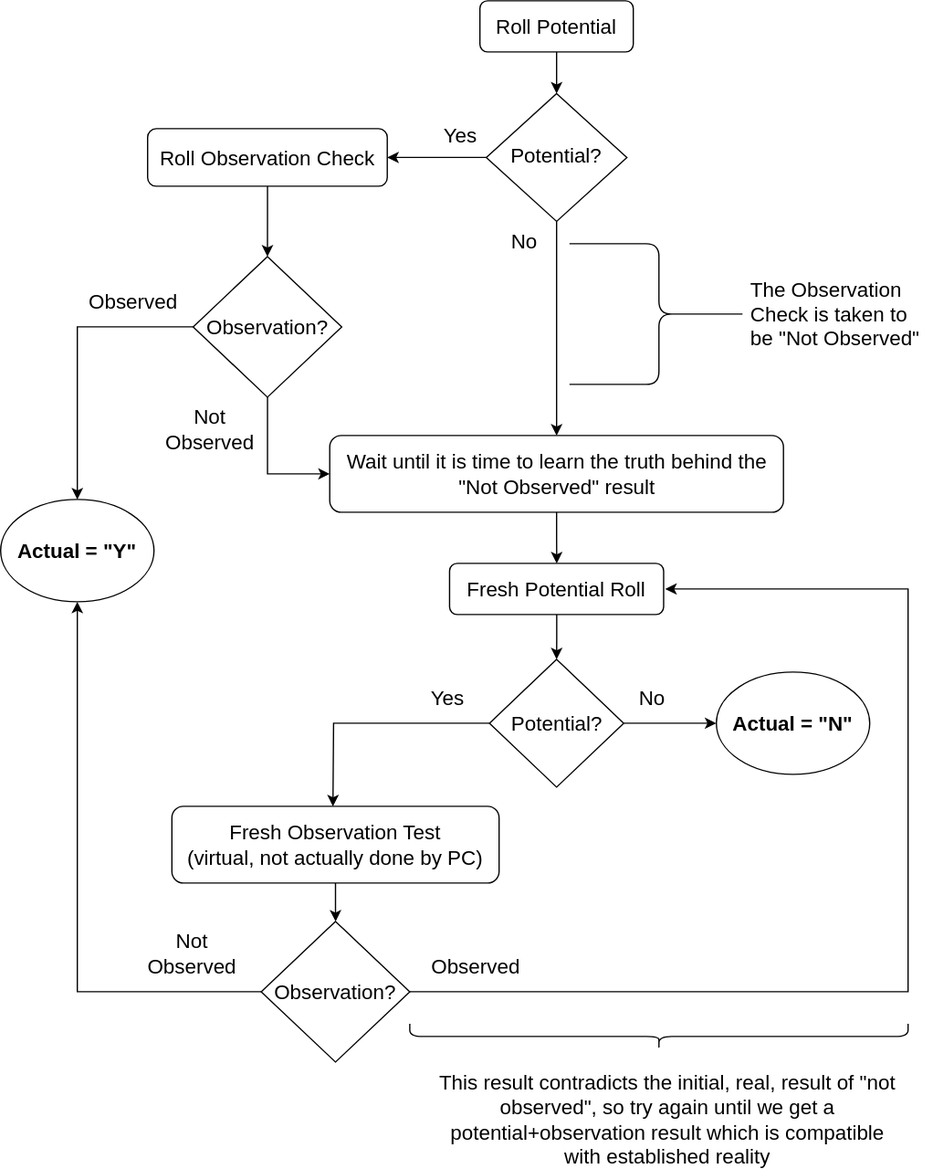
Before: Valor/HiddenVars.svg, a diagram exported from draw.io (DrakeTungsten/draketungsten.github.io). Source tidied: cells renumbered, new cells last; positions are measured from the earlier drawing's top-left corner, leaving out a move shared by most shapes.
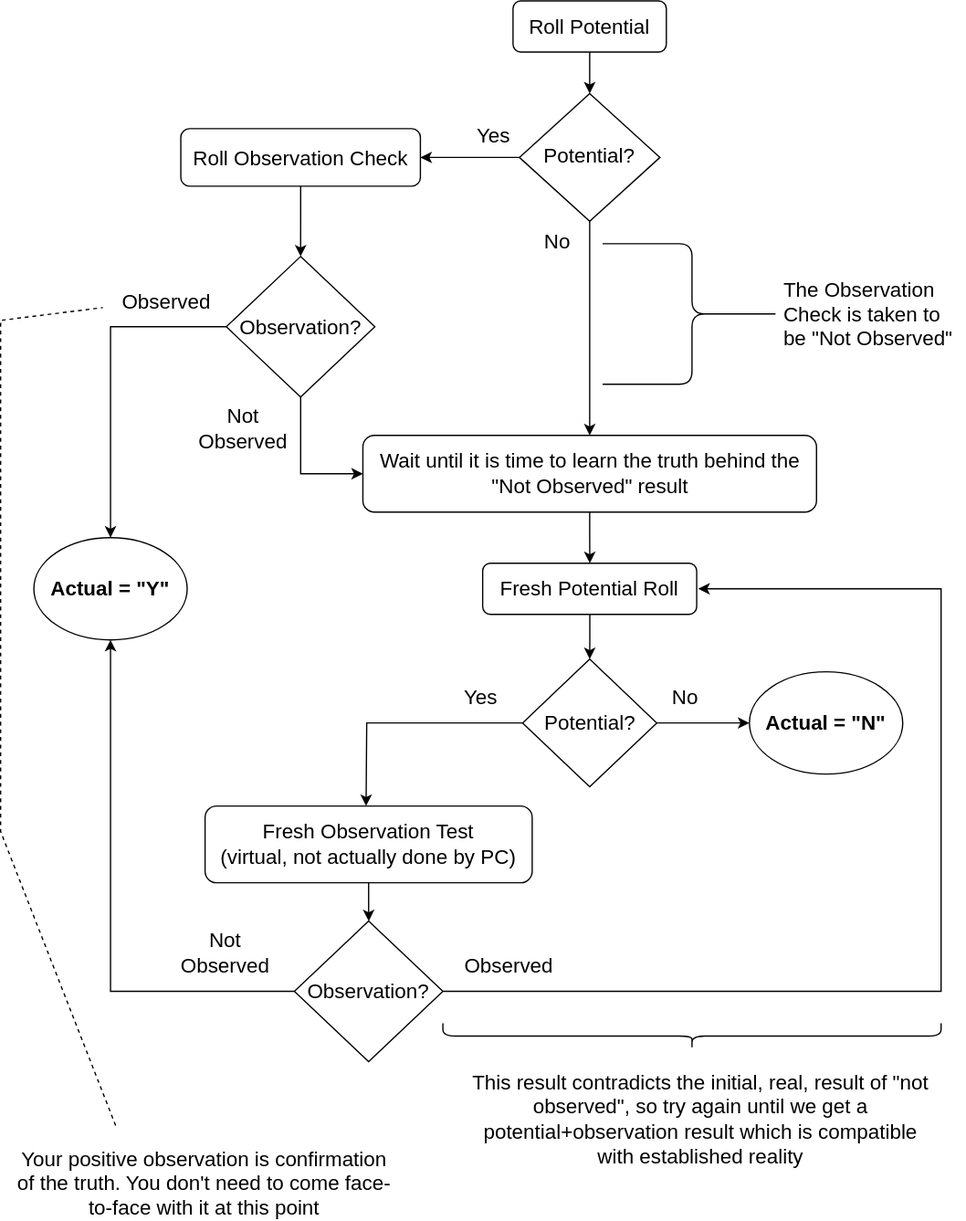
Above is the later version.

The edit, as a diff of the source:
```diff
@@ -39,7 +39,7 @@
       <mxGeometry x="380" y="172.5" width="60" height="30" as="geometry" />
     </mxCell>
     <mxCell id="14" value="Actual = &quot;Y&quot;" style="ellipse;whiteSpace=wrap;html=1;strokeWidth=1;fontSize=16;fontStyle=1;" parent="1" vertex="1">
-      <mxGeometry y="390" width="120" height="80" as="geometry" />
+      <mxGeometry y="420" width="120" height="80" as="geometry" />
     </mxCell>
     <mxCell id="15" style="edgeStyle=orthogonalEdgeStyle;rounded=0;jettySize=auto;html=1;" parent="1" edge="1" source="16" target="22">
       <mxGeometry relative="1" as="geometry" />
@@ -115,5 +115,18 @@
     <mxCell id="36" value="Wait until it is time to learn the truth behind the &quot;Not Observed&quot; result" style="rounded=1;whiteSpace=wrap;html=1;fontSize=16;" parent="1" vertex="1">
       <mxGeometry x="257.5" y="340" width="355" height="60" as="geometry" />
     </mxCell>
+    <mxCell id="37" value="Your positive observation is confirmation of the truth. You don't need to come face-to-face with it at this point" style="text;html=1;align=center;verticalAlign=middle;whiteSpace=wrap;rounded=0;fontSize=16;" parent="1" vertex="1">
+      <mxGeometry x="-16" y="910" width="299" height="30" as="geometry" />
+    </mxCell>
+    <mxCell id="38" style="endArrow=none;dashed=1;html=1;rounded=0;" parent="1" edge="1">
+      <mxGeometry relative="1" as="geometry">
+        <mxPoint x="64" y="880" as="sourcePoint" />
+        <mxPoint x="54" y="240" as="targetPoint" />
+        <Array as="points">
+          <mxPoint x="-26" y="650" />
+          <mxPoint x="-26" y="250" />
+        </Array>
+      </mxGeometry>
+    </mxCell>
   </root>
 </mxGraphModel>
```
